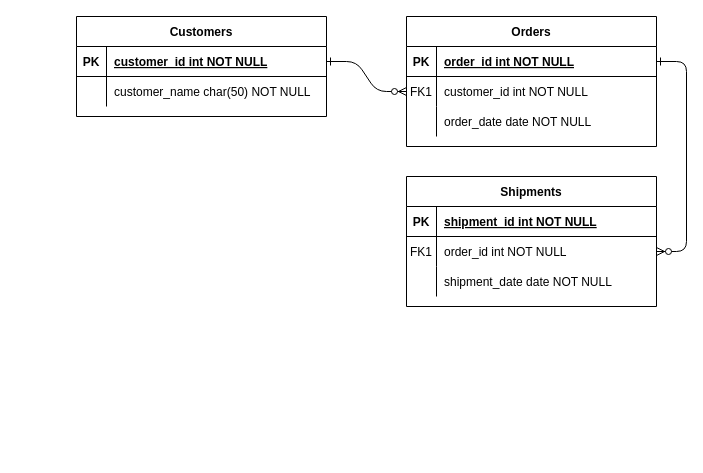
Earlier version of the draw.io diagram database-er.drawio (Maple-pro/database-assignment). Source tidied: cells renumbered, new cells numbered last; positions are measured from the earlier drawing's top-left corner, leaving out a move shared by most shapes. Both pictures are drawn from the tidied source at 100%, with x=0, y=0 at pixel (76, 16).
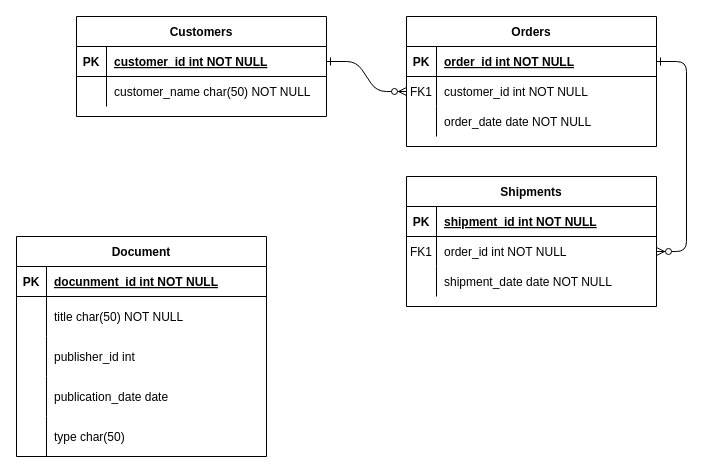
The same diagram, later.

Diff of the diagram source:
```diff
@@
+    <mxCell id="31" value="Document" style="shape=table;startSize=30;childLayout=tableLayout;rowLines=0;fontStyle=1;align=center;" parent="1" vertex="1">
+      <mxGeometry x="-60" y="220" width="250" height="220" as="geometry" />
+    </mxCell>
+    <mxCell id="32" style="shape=partialRectangle;fillColor=none;top=0;left=0;right=0;bottom=1;" parent="31" vertex="1">
+      <mxGeometry y="30" width="250" height="30" as="geometry" />
+    </mxCell>
+    <mxCell id="33" value="PK" style="shape=partialRectangle;overflow=hidden;fillColor=none;top=0;left=0;bottom=0;right=0;fontStyle=1;" parent="32" vertex="1">
+      <mxGeometry width="30" height="30" as="geometry" />
+    </mxCell>
+    <mxCell id="34" value="docunment_id int NOT NULL " style="shape=partialRectangle;overflow=hidden;fillColor=none;top=0;left=0;bottom=0;right=0;align=left;spacingLeft=6;fontStyle=5;" parent="32" vertex="1">
+      <mxGeometry x="30" width="220" height="30" as="geometry" />
+    </mxCell>
+    <mxCell id="35" style="shape=partialRectangle;fillColor=none;top=0;left=0;right=0;bottom=0;" parent="31" vertex="1">
+      <mxGeometry y="60" width="250" height="40" as="geometry" />
+    </mxCell>
+    <mxCell id="36" style="shape=partialRectangle;overflow=hidden;fillColor=none;top=0;left=0;bottom=0;right=0;" parent="35" vertex="1">
+      <mxGeometry width="30" height="40" as="geometry" />
+    </mxCell>
+    <mxCell id="37" value="title char(50) NOT NULL" style="shape=partialRectangle;overflow=hidden;fillColor=none;top=0;left=0;bottom=0;right=0;align=left;spacingLeft=6;" parent="35" vertex="1">
+      <mxGeometry x="30" width="220" height="40" as="geometry" />
+    </mxCell>
+    <mxCell id="38" style="shape=partialRectangle;fillColor=none;top=0;left=0;right=0;bottom=0;" parent="31" vertex="1">
+      <mxGeometry y="100" width="250" height="40" as="geometry" />
+    </mxCell>
+    <mxCell id="39" style="shape=partialRectangle;overflow=hidden;fillColor=none;top=0;left=0;bottom=0;right=0;" parent="38" vertex="1">
+      <mxGeometry width="30" height="40" as="geometry" />
+    </mxCell>
+    <mxCell id="40" value="publisher_id int " style="shape=partialRectangle;overflow=hidden;fillColor=none;top=0;left=0;bottom=0;right=0;align=left;spacingLeft=6;" parent="38" vertex="1">
+      <mxGeometry x="30" width="220" height="40" as="geometry" />
+    </mxCell>
+    <mxCell id="41" style="shape=partialRectangle;fillColor=none;top=0;left=0;right=0;bottom=0;" parent="31" vertex="1">
+      <mxGeometry y="140" width="250" height="40" as="geometry" />
+    </mxCell>
+    <mxCell id="42" style="shape=partialRectangle;overflow=hidden;fillColor=none;top=0;left=0;bottom=0;right=0;" parent="41" vertex="1">
+      <mxGeometry width="30" height="40" as="geometry" />
+    </mxCell>
+    <mxCell id="43" value="publication_date date  " style="shape=partialRectangle;overflow=hidden;fillColor=none;top=0;left=0;bottom=0;right=0;align=left;spacingLeft=6;" parent="41" vertex="1">
+      <mxGeometry x="30" width="220" height="40" as="geometry" />
+    </mxCell>
+    <mxCell id="44" style="shape=partialRectangle;fillColor=none;top=0;left=0;right=0;bottom=0;" parent="31" vertex="1">
+      <mxGeometry y="180" width="250" height="40" as="geometry" />
+    </mxCell>
+    <mxCell id="45" style="shape=partialRectangle;overflow=hidden;fillColor=none;top=0;left=0;bottom=0;right=0;" parent="44" vertex="1">
+      <mxGeometry width="30" height="40" as="geometry" />
+    </mxCell>
+    <mxCell id="46" value="type char(50) " style="shape=partialRectangle;overflow=hidden;fillColor=none;top=0;left=0;bottom=0;right=0;align=left;spacingLeft=6;" parent="44" vertex="1">
+      <mxGeometry x="30" width="220" height="40" as="geometry" />
+    </mxCell>
```
